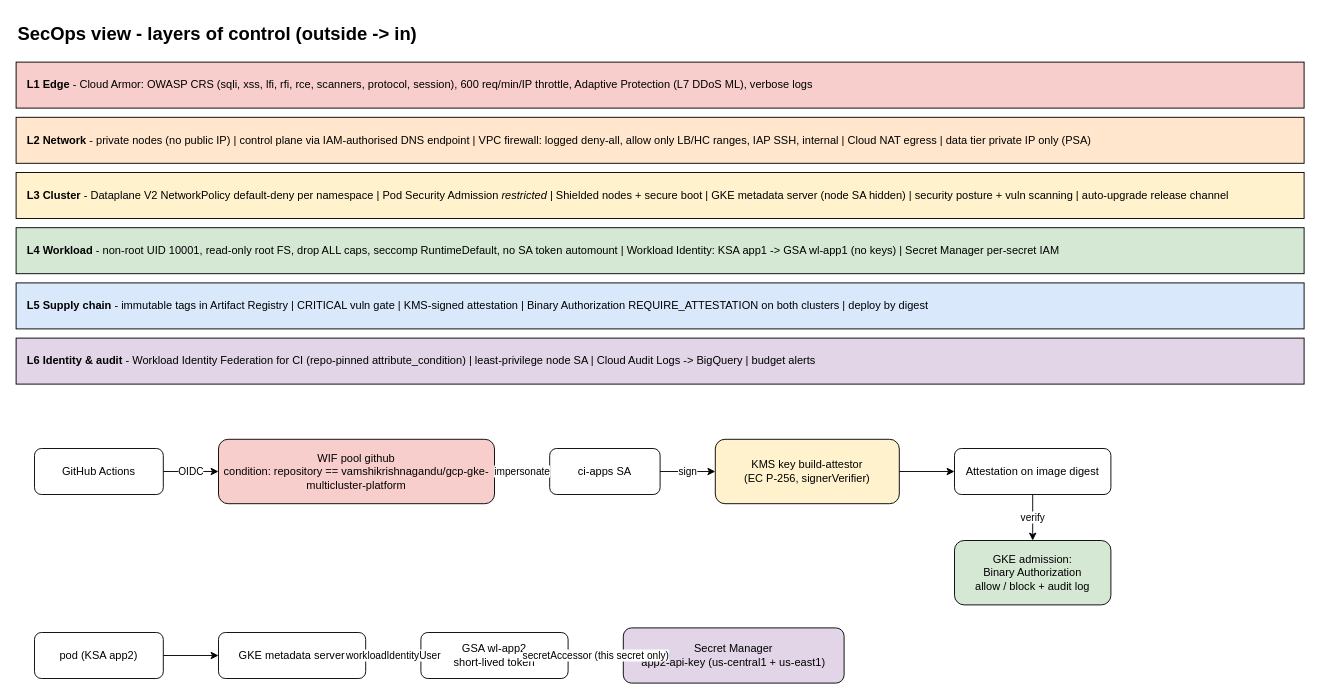
The draw.io diagram diagrams/05-secops-security.drawio in vamshikrishnagandu/gcp-gke-multicluster-platform, before the edit. Source tidied: cells renumbered, new cells numbered last; positions are measured from the earlier drawing's top-left corner, leaving out a move shared by most shapes. Both pictures are drawn from the tidied source at 92%, with x=0, y=0 at pixel (16, 16).
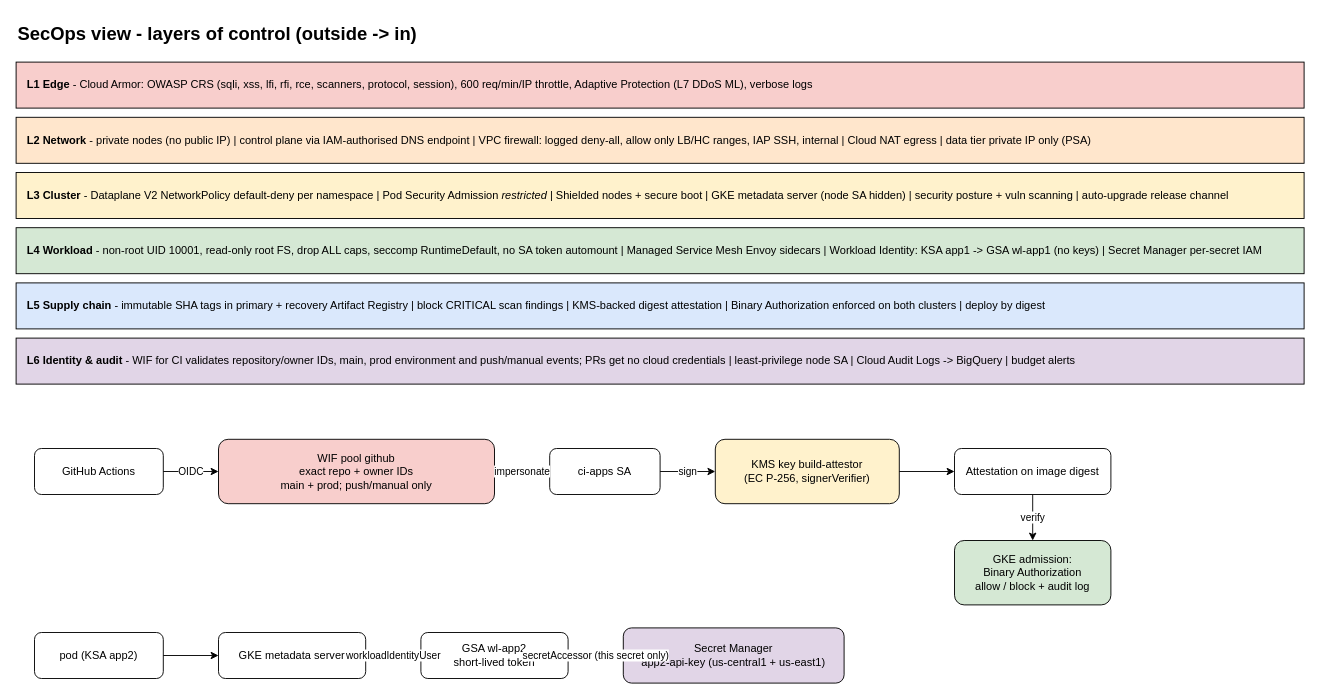
After the change.

Commit message (it also covers changes not shown here):
docs: sync platform docs and diagrams

What changed in the source:
```diff
@@
-    <mxCell id="6" value="&lt;b&gt;L4 Workload&lt;/b&gt; - non-root UID 10001, read-only root FS, drop ALL caps, seccomp RuntimeDefault, no SA token automount | Workload Identity: KSA app1 -&gt; GSA wl-app1 (no keys) | Secret Manager per-secret IAM" style="rounded=0;whiteSpace=wrap;html=1;fillColor=#d5e8d4;align=left;spacingLeft=10;" parent="1" vertex="1">
+    <mxCell id="6" value="&lt;b&gt;L4 Workload&lt;/b&gt; - non-root UID 10001, read-only root FS, drop ALL caps, seccomp RuntimeDefault, no SA token automount | Managed Service Mesh Envoy sidecars | Workload Identity: KSA app1 -&gt; GSA wl-app1 (no keys) | Secret Manager per-secret IAM" style="rounded=0;whiteSpace=wrap;html=1;fillColor=#d5e8d4;align=left;spacingLeft=10;" parent="1" vertex="1">
       <mxGeometry y="230" width="1400" height="50" as="geometry" />
     </mxCell>
-    <mxCell id="7" value="&lt;b&gt;L5 Supply chain&lt;/b&gt; - immutable tags in Artifact Registry | CRITICAL vuln gate | KMS-signed attestation | Binary Authorization REQUIRE_ATTESTATION on both clusters | deploy by digest" style="rounded=0;whiteSpace=wrap;html=1;fillColor=#dae8fc;align=left;spacingLeft=10;" parent="1" vertex="1">
+    <mxCell id="7" value="&lt;b&gt;L5 Supply chain&lt;/b&gt; - immutable SHA tags in primary + recovery Artifact Registry | block CRITICAL scan findings | KMS-backed digest attestation | Binary Authorization enforced on both clusters | deploy by digest" style="rounded=0;whiteSpace=wrap;html=1;fillColor=#dae8fc;align=left;spacingLeft=10;" parent="1" vertex="1">
       <mxGeometry y="290" width="1400" height="50" as="geometry" />
     </mxCell>
-    <mxCell id="8" value="&lt;b&gt;L6 Identity &amp;amp; audit&lt;/b&gt; - Workload Identity Federation for CI (repo-pinned attribute_condition) | least-privilege node SA | Cloud Audit Logs -&gt; BigQuery | budget alerts" style="rounded=0;whiteSpace=wrap;html=1;fillColor=#e1d5e7;align=left;spacingLeft=10;" parent="1" vertex="1">
+    <mxCell id="8" value="&lt;b&gt;L6 Identity &amp;amp; audit&lt;/b&gt; - WIF for CI validates repository/owner IDs, main, prod environment and push/manual events; PRs get no cloud credentials | least-privilege node SA | Cloud Audit Logs -&gt; BigQuery | budget alerts" style="rounded=0;whiteSpace=wrap;html=1;fillColor=#e1d5e7;align=left;spacingLeft=10;" parent="1" vertex="1">
       <mxGeometry y="350" width="1400" height="50" as="geometry" />
     </mxCell>
@@
-    <mxCell id="10" value="WIF pool github&lt;br&gt;condition: repository == vamshikrishnagandu/gcp-gke-multicluster-platform" style="rounded=1;whiteSpace=wrap;html=1;fillColor=#f8cecc;" parent="1" vertex="1">
+    <mxCell id="10" value="WIF pool github&lt;br&gt;exact repo + owner IDs&lt;br&gt;main + prod; push/manual only" style="rounded=1;whiteSpace=wrap;html=1;fillColor=#f8cecc;" parent="1" vertex="1">
       <mxGeometry x="220" y="460" width="300" height="70" as="geometry" />
     </mxCell>
```
